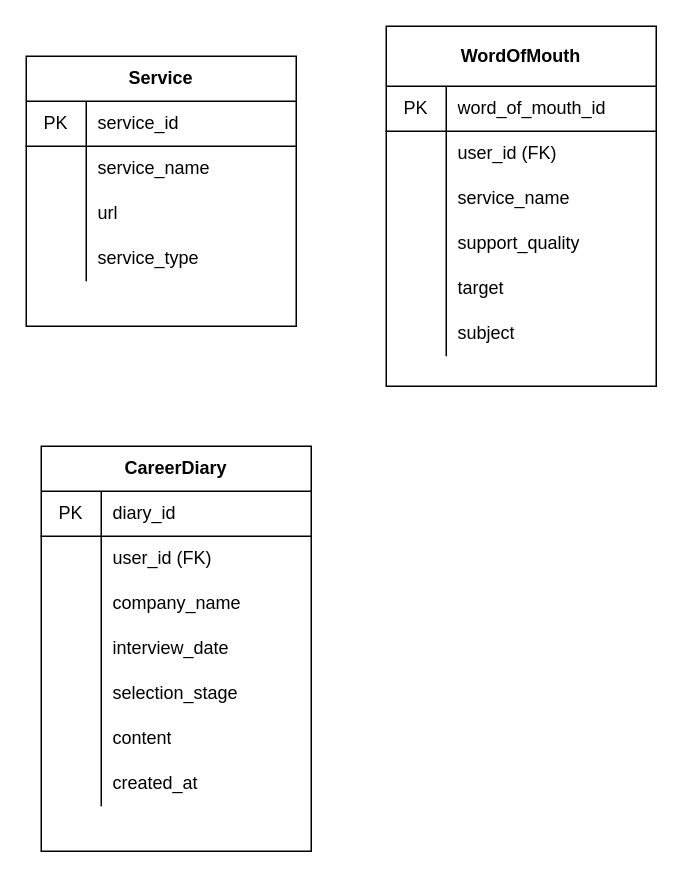
Earlier version of the draw.io diagram venv_private_diary/private_diary/設計図/ER.drawio (kotaro-777/CARICOMI). Source tidied: cells renumbered, new cells numbered last; positions are measured from the earlier drawing's top-left corner, leaving out a move shared by most shapes. Both pictures are drawn from the tidied source at 150%, with x=0, y=0 at pixel (26, 26).
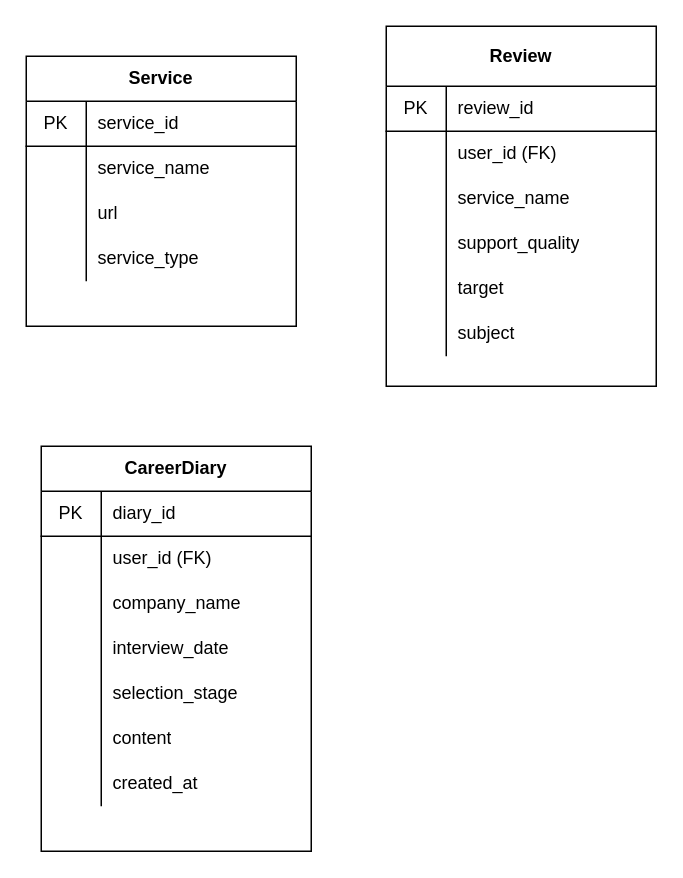
Above is the later version.

Unchanged cells that the change refers to:
```xml
<mxCell id="16" style="shape=partialRectangle;html=1;whiteSpace=wrap;fillColor=none;top=0;left=0;bottom=1;right=0;" parent="15" vertex="1">
  <mxGeometry y="40" width="180" height="30" as="geometry" />
</mxCell>
```

Diff of the diagram source:
```diff
@@
-    <mxCell id="15" value="WordOfMouth" style="shape=table;html=1;whiteSpace=wrap;startSize=40;childLayout=tableLayout;rowLines=0;fontStyle=1;align=center;" parent="1" vertex="1">
+    <mxCell id="15" value="Review" style="shape=table;html=1;whiteSpace=wrap;startSize=40;childLayout=tableLayout;rowLines=0;fontStyle=1;align=center;" parent="1" vertex="1">
       <mxGeometry x="240" width="180" height="240" as="geometry" />
     </mxCell>
@@
-    <mxCell id="18" value="word_of_mouth_id" style="shape=partialRectangle;html=1;whiteSpace=wrap;fillColor=none;top=0;left=0;bottom=0;right=0;align=left;spacingLeft=6;overflow=hidden;" parent="16" vertex="1">
+    <mxCell id="18" value="review_id" style="shape=partialRectangle;html=1;whiteSpace=wrap;fillColor=none;top=0;left=0;bottom=0;right=0;align=left;spacingLeft=6;overflow=hidden;" parent="16" vertex="1">
       <mxGeometry x="40" width="140" height="30" as="geometry" />
     </mxCell>
```
